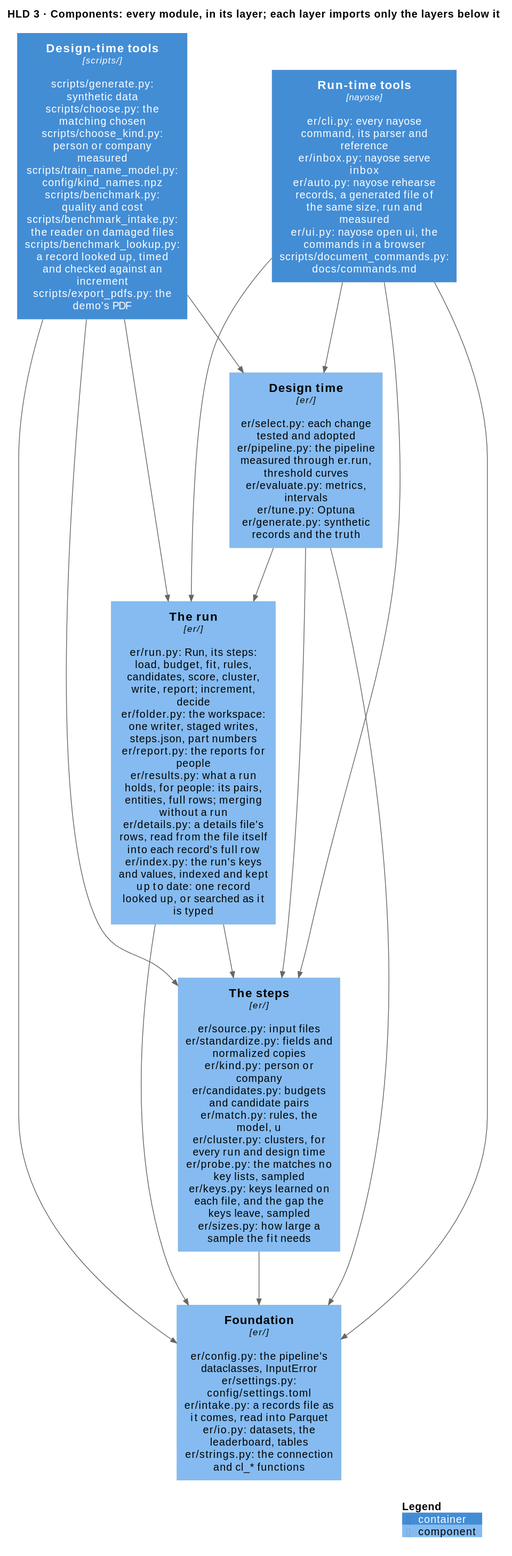
Above: docs/diagrams/components.svg in mvsbm/entity_matching (PlantUML), before the change.
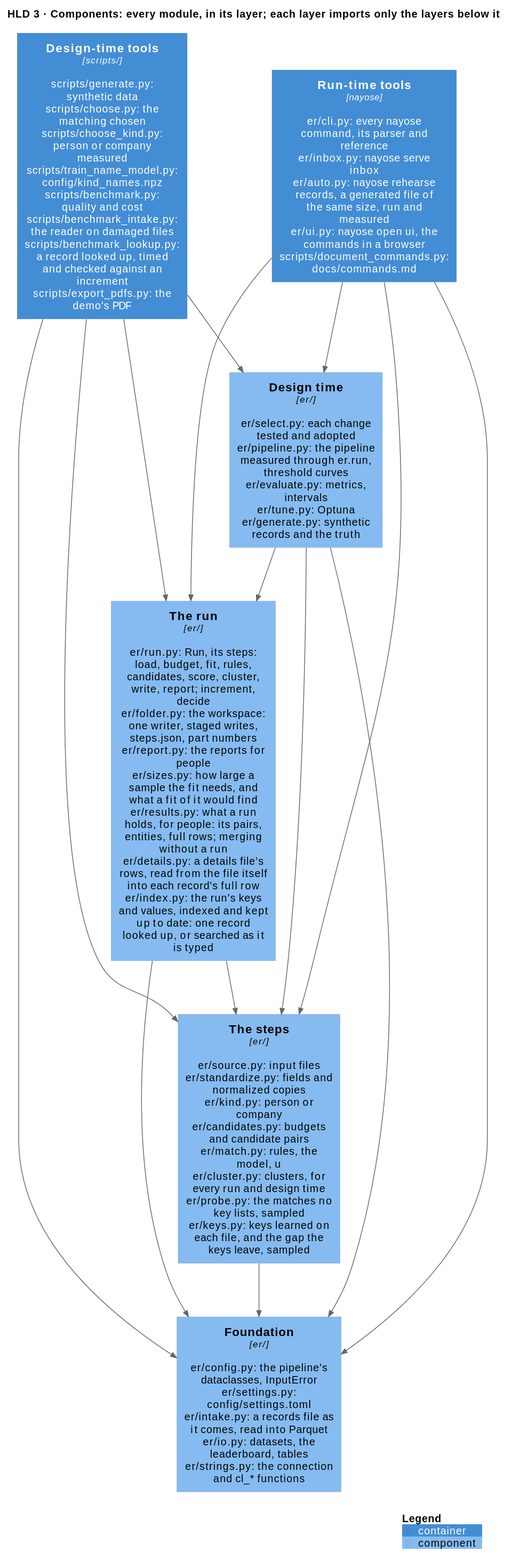
After the change.

What changed in the source:
```diff
@@ -7,9 +7,9 @@
 Container(tools_run, "Run-time tools", "nayose", "er/cli.py: every nayose command, its parser and reference\ner/inbox.py: nayose serve inbox\ner/auto.py: nayose rehearse records, a generated file of the same size, run and measured\ner/ui.py: nayose open ui, the commands in a browser\nscripts/document_commands.py: docs/commands.md")
 Container(tools_design, "Design-time tools", "scripts/", "scripts/generate.py: synthetic data\nscripts/choose.py: the matching chosen\nscripts/choose_kind.py: person or company measured\nscripts/train_name_model.py: config/kind_names.npz\nscripts/benchmark.py: quality and cost\nscripts/benchmark_intake.py: the reader on damaged files\nscripts/benchmark_lookup.py: a record looked up, timed and checked against an increment\nscripts/export_pdfs.py: the demo's PDF")
 
-Component(run, "The run", "er/", "er/run.py: Run, its steps: load, budget, fit, rules, candidates, score, cluster, write, report; increment, decide\ner/folder.py: the workspace: one writer, staged writes, steps.json, part numbers\ner/report.py: the reports for people\ner/results.py: what a run holds, for people: its pairs, entities, full rows; merging without a run\ner/details.py: a details file's rows, read from the file itself into each record's full row\ner/index.py: the run's keys and values, indexed and kept up to date: one record looked up, or searched as it is typed")
+Component(run, "The run", "er/", "er/run.py: Run, its steps: load, budget, fit, rules, candidates, score, cluster, write, report; increment, decide\ner/folder.py: the workspace: one writer, staged writes, steps.json, part numbers\ner/report.py: the reports for people\ner/sizes.py: how large a sample the fit needs, and what a fit of it would find\ner/results.py: what a run holds, for people: its pairs, entities, full rows; merging without a run\ner/details.py: a details file's rows, read from the file itself into each record's full row\ner/index.py: the run's keys and values, indexed and kept up to date: one record looked up, or searched as it is typed")
 Component(design, "Design time", "er/", "er/select.py: each change tested and adopted\ner/pipeline.py: the pipeline measured through er.run, threshold curves\ner/evaluate.py: metrics, intervals\ner/tune.py: Optuna\ner/generate.py: synthetic records and the truth")
-Component(steps, "The steps", "er/", "er/source.py: input files\ner/standardize.py: fields and normalized copies\ner/kind.py: person or company\ner/candidates.py: budgets and candidate pairs\ner/match.py: rules, the model, u\ner/cluster.py: clusters, for every run and design time\ner/probe.py: the matches no key lists, sampled\ner/keys.py: keys learned on each file, and the gap the keys leave, sampled\ner/sizes.py: how large a sample the fit needs")
+Component(steps, "The steps", "er/", "er/source.py: input files\ner/standardize.py: fields and normalized copies\ner/kind.py: person or company\ner/candidates.py: budgets and candidate pairs\ner/match.py: rules, the model, u\ner/cluster.py: clusters, for every run and design time\ner/probe.py: the matches no key lists, sampled\ner/keys.py: keys learned on each file, and the gap the keys leave, sampled")
 Component(configuration, "Foundation", "er/", "er/config.py: the pipeline's dataclasses, InputError\ner/settings.py: config/settings.toml\ner/intake.py: a records file as it comes, read into Parquet\ner/io.py: datasets, the leaderboard, tables\ner/strings.py: the connection and cl_* functions")
 
 Rel_D(tools_run, run, "")
```
